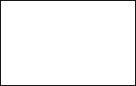
This is OTOMASYON.png from organikpazaredu/E-Bebek-Siparis-ve-Ticaret, a draw.io export, as it was before one commit. Source tidied: cells renumbered, new cells last; positions are measured from the earlier drawing's top-left corner, leaving out a move shared by most shapes. Source of this version:
```xml
<mxGraphModel>
  <root>
    <mxCell id="0" />
    <mxCell id="1" parent="0" />
    <mxCell id="2" style="whiteSpace=wrap;html=1;" parent="1" vertex="1">
      <mxGeometry width="151" height="95" as="geometry" />
    </mxCell>
  </root>
</mxGraphModel>
```
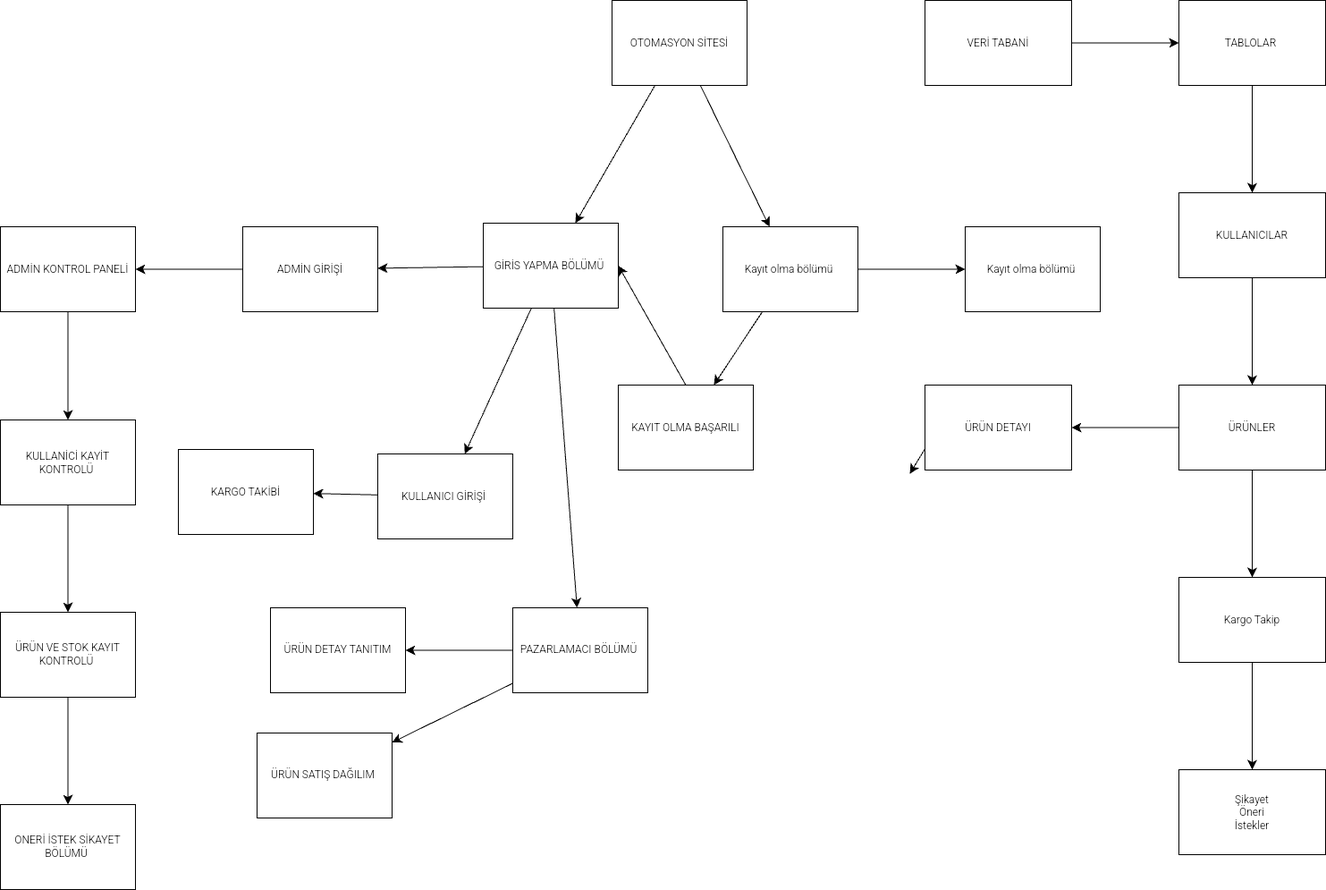
Later version of the same file.

What changed in the source:
```diff
@@ -2,8 +2,139 @@
   <root>
     <mxCell id="0" />
     <mxCell id="1" parent="0" />
+    <mxCell id="3" style="edgeStyle=none;curved=1;rounded=0;jettySize=auto;html=1;fontSize=12;startSize=8;endSize=8;" parent="1" edge="1" source="2" target="10">
+      <mxGeometry relative="1" as="geometry" />
+    </mxCell>
+    <mxCell id="4" style="edgeStyle=none;curved=1;rounded=0;jettySize=auto;html=1;fontSize=12;startSize=8;endSize=8;" parent="1" edge="1" source="2" target="13">
+      <mxGeometry relative="1" as="geometry" />
+    </mxCell>
-    <mxCell id="2" style="whiteSpace=wrap;html=1;" parent="1" vertex="1">
+    <mxCell id="2" value="OTOMASYON SİTESİ" style="whiteSpace=wrap;html=1;" parent="1" vertex="1">
       <mxGeometry width="151" height="95" as="geometry" />
     </mxCell>
+    <mxCell id="5" style="edgeStyle=none;curved=1;rounded=0;jettySize=auto;html=1;fontSize=12;startSize=8;endSize=8;" parent="1" edge="1" source="6" target="32">
+      <mxGeometry relative="1" as="geometry" />
+    </mxCell>
+    <mxCell id="6" value="VERİ TABANİ" style="whiteSpace=wrap;html=1;" parent="1" vertex="1">
+      <mxGeometry x="350" width="164" height="95" as="geometry" />
+    </mxCell>
+    <mxCell id="7" style="edgeStyle=none;curved=1;rounded=0;jettySize=auto;html=1;fontSize=12;startSize=8;endSize=8;" parent="1" edge="1" source="10" target="15">
+      <mxGeometry relative="1" as="geometry" />
+    </mxCell>
+    <mxCell id="8" style="edgeStyle=none;curved=1;rounded=0;jettySize=auto;html=1;fontSize=12;startSize=8;endSize=8;" parent="1" edge="1" source="10" target="17">
+      <mxGeometry relative="1" as="geometry" />
+    </mxCell>
+    <mxCell id="9" style="edgeStyle=none;curved=1;rounded=0;jettySize=auto;html=1;fontSize=12;startSize=8;endSize=8;" parent="1" edge="1" source="10" target="20">
+      <mxGeometry relative="1" as="geometry" />
+    </mxCell>
+    <mxCell id="10" value="GİRİS YAPMA BÖLÜMÜ&amp;nbsp;" style="whiteSpace=wrap;html=1;" parent="1" vertex="1">
+      <mxGeometry x="-144" y="249" width="151" height="95" as="geometry" />
+    </mxCell>
+    <mxCell id="11" style="edgeStyle=none;curved=1;rounded=0;jettySize=auto;html=1;fontSize=12;startSize=8;endSize=8;" parent="1" edge="1" source="13" target="43">
+      <mxGeometry relative="1" as="geometry" />
+    </mxCell>
+    <mxCell id="12" style="edgeStyle=none;curved=1;rounded=0;jettySize=auto;html=1;fontSize=12;startSize=8;endSize=8;" parent="1" edge="1" source="13" target="44">
+      <mxGeometry relative="1" as="geometry" />
+    </mxCell>
+    <mxCell id="13" value="Kayıt olma bölümü&amp;nbsp;" style="whiteSpace=wrap;html=1;" parent="1" vertex="1">
+      <mxGeometry x="124" y="253" width="151" height="95" as="geometry" />
+    </mxCell>
+    <mxCell id="14" style="edgeStyle=none;curved=1;rounded=0;jettySize=auto;html=1;fontSize=12;startSize=8;endSize=8;" parent="1" edge="1" source="15" target="22">
+      <mxGeometry relative="1" as="geometry" />
+    </mxCell>
+    <mxCell id="15" value="ADMİN GİRİŞİ" style="whiteSpace=wrap;html=1;" parent="1" vertex="1">
+      <mxGeometry x="-413" y="253" width="151" height="95" as="geometry" />
+    </mxCell>
+    <mxCell id="16" style="edgeStyle=none;curved=1;rounded=0;jettySize=auto;html=1;fontSize=12;startSize=8;endSize=8;" parent="1" edge="1" source="17" target="28">
+      <mxGeometry relative="1" as="geometry" />
+    </mxCell>
+    <mxCell id="17" value="KULLANICI GİRİŞİ&amp;nbsp;" style="whiteSpace=wrap;html=1;" parent="1" vertex="1">
+      <mxGeometry x="-262" y="507" width="151" height="95" as="geometry" />
+    </mxCell>
+    <mxCell id="18" style="edgeStyle=none;curved=1;rounded=0;jettySize=auto;html=1;fontSize=12;startSize=8;endSize=8;" parent="1" edge="1" source="20" target="29">
+      <mxGeometry relative="1" as="geometry" />
+    </mxCell>
+    <mxCell id="19" style="edgeStyle=none;curved=1;rounded=0;jettySize=auto;html=1;fontSize=12;startSize=8;endSize=8;" parent="1" edge="1" source="20" target="30">
+      <mxGeometry relative="1" as="geometry" />
+    </mxCell>
+    <mxCell id="20" value="PAZARLAMACI BÖLÜMÜ&amp;nbsp;" style="whiteSpace=wrap;html=1;" parent="1" vertex="1">
+      <mxGeometry x="-111" y="679" width="151" height="95" as="geometry" />
+    </mxCell>
+    <mxCell id="21" style="edgeStyle=none;curved=1;rounded=0;jettySize=auto;html=1;fontSize=12;startSize=8;endSize=8;" parent="1" edge="1" source="22" target="24">
+      <mxGeometry relative="1" as="geometry" />
+    </mxCell>
+    <mxCell id="22" value="ADMİN KONTROL PANELİ" style="whiteSpace=wrap;html=1;" parent="1" vertex="1">
+      <mxGeometry x="-684" y="253" width="151" height="95" as="geometry" />
+    </mxCell>
+    <mxCell id="23" style="edgeStyle=none;curved=1;rounded=0;jettySize=auto;html=1;fontSize=12;startSize=8;endSize=8;" parent="1" edge="1" source="24" target="26">
+      <mxGeometry relative="1" as="geometry" />
+    </mxCell>
+    <mxCell id="24" value="KULLANİCİ KAYİT KONTROLÜ&amp;nbsp;" style="whiteSpace=wrap;html=1;" parent="1" vertex="1">
+      <mxGeometry x="-684" y="469" width="151" height="95" as="geometry" />
+    </mxCell>
+    <mxCell id="25" style="edgeStyle=none;curved=1;rounded=0;jettySize=auto;html=1;fontSize=12;startSize=8;endSize=8;" parent="1" edge="1" source="26" target="27">
+      <mxGeometry relative="1" as="geometry" />
+    </mxCell>
+    <mxCell id="26" value="ÜRÜN VE STOK KAYIT KONTROLÜ&amp;nbsp;" style="whiteSpace=wrap;html=1;" parent="1" vertex="1">
+      <mxGeometry x="-684" y="684" width="151" height="95" as="geometry" />
+    </mxCell>
+    <mxCell id="27" value="ONERİ İSTEK SİKAYET&lt;div&gt;BÖLÜMÜ&amp;nbsp;&lt;/div&gt;" style="whiteSpace=wrap;html=1;" parent="1" vertex="1">
+      <mxGeometry x="-684" y="899" width="151" height="95" as="geometry" />
+    </mxCell>
+    <mxCell id="28" value="KARGO TAKİBİ" style="whiteSpace=wrap;html=1;" parent="1" vertex="1">
+      <mxGeometry x="-485" y="502" width="151" height="95" as="geometry" />
+    </mxCell>
+    <mxCell id="29" value="&lt;span style=&quot;background-color: transparent; color: light-dark(rgb(0, 0, 0), rgb(255, 255, 255));&quot;&gt;ÜRÜN DETAY TANITIM&lt;/span&gt;" style="whiteSpace=wrap;html=1;" parent="1" vertex="1">
+      <mxGeometry x="-382" y="679" width="151" height="95" as="geometry" />
+    </mxCell>
+    <mxCell id="30" value="ÜRÜN SATIŞ DAĞILIM&amp;nbsp;" style="whiteSpace=wrap;html=1;" parent="1" vertex="1">
+      <mxGeometry x="-397" y="819" width="151" height="95" as="geometry" />
+    </mxCell>
+    <mxCell id="31" style="edgeStyle=none;curved=1;rounded=0;jettySize=auto;html=1;fontSize=12;startSize=8;endSize=8;" parent="1" edge="1" source="32" target="34">
+      <mxGeometry relative="1" as="geometry" />
+    </mxCell>
+    <mxCell id="32" value="TABLOLAR&amp;nbsp;" style="whiteSpace=wrap;html=1;" parent="1" vertex="1">
+      <mxGeometry x="634" width="164" height="95" as="geometry" />
+    </mxCell>
+    <mxCell id="33" style="edgeStyle=none;curved=1;rounded=0;jettySize=auto;html=1;fontSize=12;startSize=8;endSize=8;" parent="1" edge="1" source="34" target="37">
+      <mxGeometry relative="1" as="geometry" />
+    </mxCell>
+    <mxCell id="34" value="KULLANICILAR" style="whiteSpace=wrap;html=1;" parent="1" vertex="1">
+      <mxGeometry x="634" y="215" width="164" height="95" as="geometry" />
+    </mxCell>
+    <mxCell id="35" style="edgeStyle=none;curved=1;rounded=0;jettySize=auto;html=1;fontSize=12;startSize=8;endSize=8;" parent="1" edge="1" source="37" target="39">
+      <mxGeometry relative="1" as="geometry" />
+    </mxCell>
+    <mxCell id="36" style="edgeStyle=none;curved=1;rounded=0;jettySize=auto;html=1;fontSize=12;startSize=8;endSize=8;" parent="1" edge="1" source="37" target="41">
+      <mxGeometry relative="1" as="geometry" />
+    </mxCell>
+    <mxCell id="37" value="ÜRÜNLER" style="whiteSpace=wrap;html=1;" parent="1" vertex="1">
+      <mxGeometry x="634" y="430" width="164" height="95" as="geometry" />
+    </mxCell>
+    <mxCell id="38" style="edgeStyle=none;curved=1;rounded=0;jettySize=auto;html=1;exitX=0;exitY=0.75;exitDx=0;exitDy=0;fontSize=12;startSize=8;endSize=8;" parent="1" edge="1" source="39">
+      <mxGeometry relative="1" as="geometry">
+        <mxPoint x="333" y="529.2" as="targetPoint" />
+      </mxGeometry>
+    </mxCell>
+    <mxCell id="39" value="&amp;nbsp;ÜRÜN DETAYI&amp;nbsp;" style="whiteSpace=wrap;html=1;" parent="1" vertex="1">
+      <mxGeometry x="350" y="430" width="164" height="95" as="geometry" />
+    </mxCell>
+    <mxCell id="40" style="edgeStyle=none;curved=1;rounded=0;jettySize=auto;html=1;fontSize=12;startSize=8;endSize=8;" parent="1" edge="1" source="41" target="42">
+      <mxGeometry relative="1" as="geometry" />
+    </mxCell>
+    <mxCell id="41" value="Kargo Takip" style="whiteSpace=wrap;html=1;" parent="1" vertex="1">
+      <mxGeometry x="634" y="645" width="164" height="95" as="geometry" />
+    </mxCell>
+    <mxCell id="42" value="Şikayet&lt;div&gt;Öneri&lt;/div&gt;&lt;div&gt;İstekler&lt;/div&gt;" style="whiteSpace=wrap;html=1;" parent="1" vertex="1">
+      <mxGeometry x="634" y="860" width="164" height="95" as="geometry" />
+    </mxCell>
+    <mxCell id="43" value="KAYIT OLMA BAŞARILI" style="whiteSpace=wrap;html=1;" parent="1" vertex="1">
+      <mxGeometry x="7" y="430" width="151" height="95" as="geometry" />
+    </mxCell>
+    <mxCell id="44" value="Kayıt olma bölümü&amp;nbsp;" style="whiteSpace=wrap;html=1;" parent="1" vertex="1">
+      <mxGeometry x="395" y="253" width="151" height="95" as="geometry" />
+    </mxCell>
+    <mxCell id="45" style="edgeStyle=none;jettySize=auto;html=1;rounded=0;fontSize=12;startSize=8;endSize=8;curved=1;exitX=0.5;exitY=0;exitDx=0;exitDy=0;entryX=1;entryY=0.5;entryDx=0;entryDy=0;" parent="1" edge="1" source="43" target="10">
+      <mxGeometry relative="1" as="geometry" />
+    </mxCell>
   </root>
 </mxGraphModel>
```
